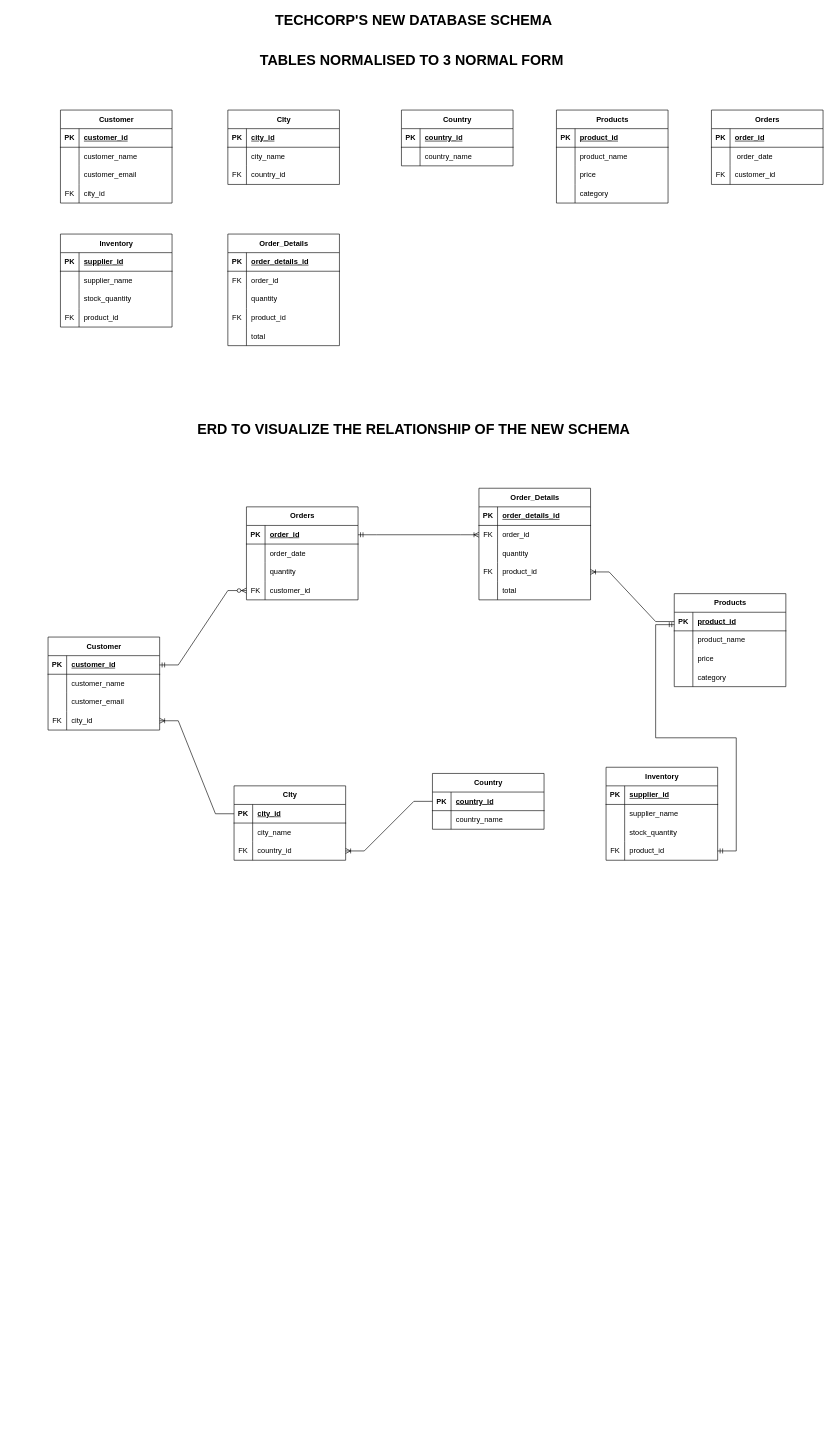
AndrewMarfo/TechCop keeps this draw.io diagram as TechCop.drawio. Above is the earlier version. Source tidied: cells renumbered, new cells numbered last; positions are measured from the earlier drawing's top-left corner, leaving out a move shared by most shapes. Both pictures are drawn from the tidied source at 62%, with x=0, y=0 at pixel (48, 11).
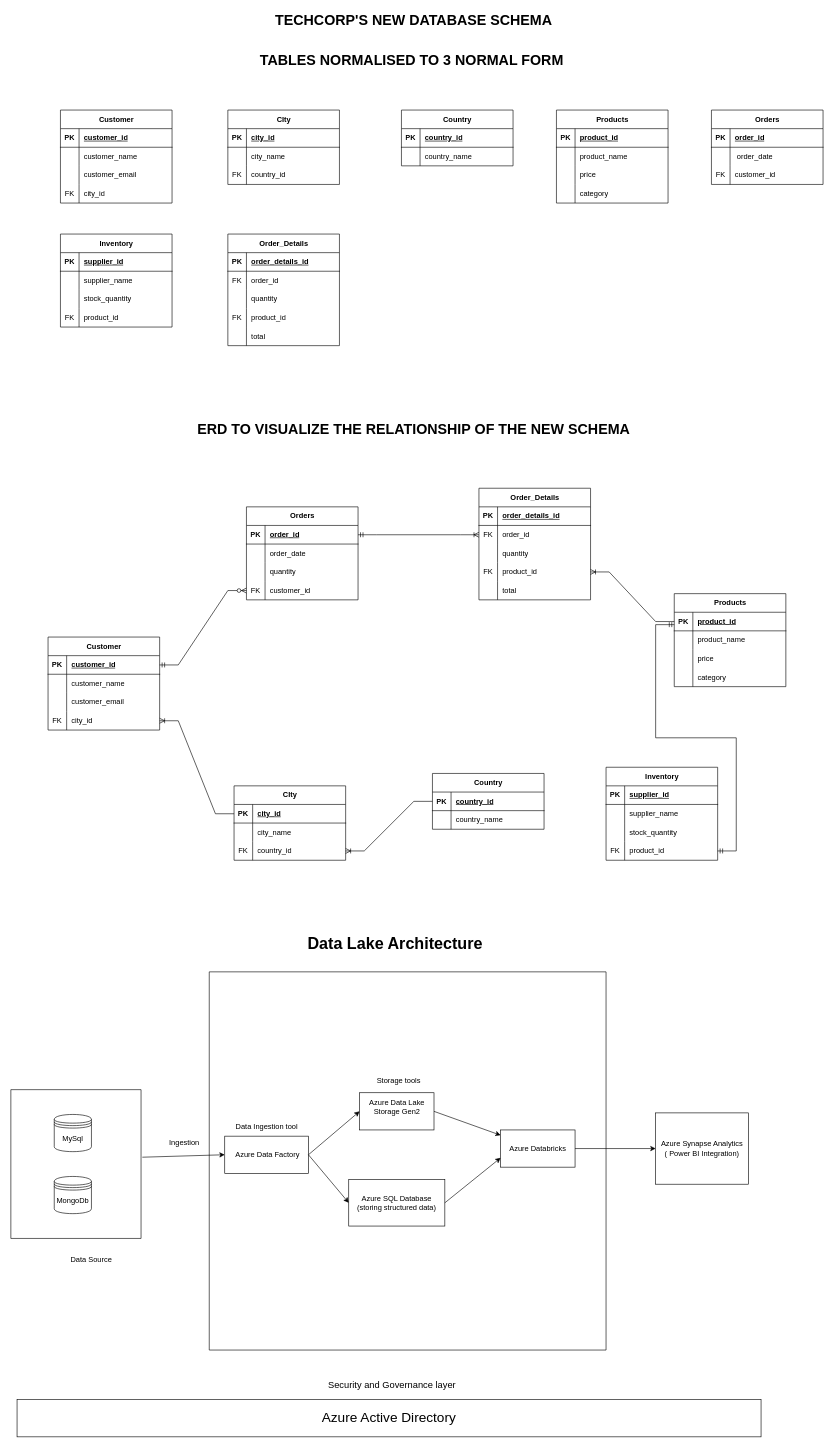
The same diagram, later.

Commit message (it also covers changes not shown here):
high level data lake architecture

Change to the diagram source:
```diff
@@
+    <mxCell id="178" style="swimlane;startSize=0;" parent="1" vertex="1">
+      <mxGeometry x="-60" y="1740" width="210" height="240" as="geometry" />
+    </mxCell>
+    <mxCell id="179" value="MySql" style="shape=datastore;whiteSpace=wrap;html=1;" parent="178" vertex="1">
+      <mxGeometry x="70" y="40" width="60" height="60" as="geometry" />
+    </mxCell>
+    <mxCell id="180" value="MongoDb" style="shape=datastore;whiteSpace=wrap;html=1;" parent="178" vertex="1">
+      <mxGeometry x="70" y="140" width="60" height="60" as="geometry" />
+    </mxCell>
+    <mxCell id="181" value="Data Source" style="text;html=1;align=center;verticalAlign=middle;whiteSpace=wrap;rounded=0;" parent="1" vertex="1">
+      <mxGeometry x="30" y="2000" width="80" height="30" as="geometry" />
+    </mxCell>
+    <mxCell id="182" style="endArrow=classic;html=1;rounded=0;exitX=1.01;exitY=0.454;exitDx=0;exitDy=0;exitPerimeter=0;entryX=0;entryY=0.5;entryDx=0;entryDy=0;" parent="1" edge="1" source="178" target="185">
+      <mxGeometry relative="1" as="geometry" />
+    </mxCell>
+    <mxCell id="183" value=" " style="swimlane;startSize=0;" parent="1" vertex="1">
+      <mxGeometry x="260" y="1550" width="640" height="610" as="geometry" />
+    </mxCell>
+    <mxCell id="184" value="Data Ingestion tool" style="text;html=1;align=center;verticalAlign=middle;whiteSpace=wrap;rounded=0;" parent="183" vertex="1">
+      <mxGeometry x="32.5" y="235" width="120" height="30" as="geometry" />
+    </mxCell>
+    <mxCell id="185" value="&amp;nbsp;Azure Data Factory" style="rounded=0;whiteSpace=wrap;html=1;" parent="183" vertex="1">
+      <mxGeometry x="25" y="265" width="135" height="60" as="geometry" />
+    </mxCell>
+    <mxCell id="186" value="&#10;Azure Data Lake Storage Gen2&#10;&#10;" style="rounded=0;whiteSpace=wrap;html=1;" parent="183" vertex="1">
+      <mxGeometry x="242.5" y="195" width="120" height="60" as="geometry" />
+    </mxCell>
+    <mxCell id="187" style="endArrow=classic;html=1;rounded=0;exitX=1;exitY=0.5;exitDx=0;exitDy=0;entryX=0;entryY=0.5;entryDx=0;entryDy=0;" parent="183" edge="1" source="185" target="186">
+      <mxGeometry relative="1" as="geometry" />
+    </mxCell>
+    <mxCell id="188" value="Storage tools&amp;nbsp;" style="text;html=1;align=center;verticalAlign=middle;whiteSpace=wrap;rounded=0;" parent="183" vertex="1">
+      <mxGeometry x="260" y="160" width="95" height="30" as="geometry" />
+    </mxCell>
+    <mxCell id="189" value="Azure SQL Database&lt;div&gt;(storing structured data)&lt;/div&gt;" style="rounded=0;whiteSpace=wrap;html=1;" parent="183" vertex="1">
+      <mxGeometry x="225" y="335" width="155" height="75" as="geometry" />
+    </mxCell>
+    <mxCell id="190" style="endArrow=classic;html=1;rounded=0;exitX=1;exitY=0.5;exitDx=0;exitDy=0;entryX=0;entryY=0.5;entryDx=0;entryDy=0;" parent="183" edge="1" source="185" target="189">
+      <mxGeometry relative="1" as="geometry" />
+    </mxCell>
+    <mxCell id="191" value="Azure Databricks" style="rounded=0;whiteSpace=wrap;html=1;" parent="183" vertex="1">
+      <mxGeometry x="470" y="255" width="120" height="60" as="geometry" />
+    </mxCell>
+    <mxCell id="192" style="endArrow=classic;html=1;rounded=0;exitX=1;exitY=0.5;exitDx=0;exitDy=0;" parent="183" edge="1" source="186" target="191">
+      <mxGeometry relative="1" as="geometry" />
+    </mxCell>
+    <mxCell id="193" style="endArrow=classic;html=1;rounded=0;exitX=1;exitY=0.5;exitDx=0;exitDy=0;entryX=0;entryY=0.75;entryDx=0;entryDy=0;" parent="183" edge="1" source="189" target="191">
+      <mxGeometry relative="1" as="geometry" />
+    </mxCell>
+    <mxCell id="194" value="Ingestion" style="text;html=1;align=center;verticalAlign=middle;whiteSpace=wrap;rounded=0;" parent="1" vertex="1">
+      <mxGeometry x="190" y="1810" width="60" height="30" as="geometry" />
+    </mxCell>
+    <mxCell id="195" style="endArrow=classic;html=1;rounded=0;exitX=1;exitY=0.5;exitDx=0;exitDy=0;entryX=0;entryY=0.5;entryDx=0;entryDy=0;" parent="1" edge="1" source="191" target="196">
+      <mxGeometry relative="1" as="geometry" />
+    </mxCell>
+    <mxCell id="196" value="Azure Synapse Analytics&lt;div&gt;( Power BI Integration)&lt;/div&gt;" style="rounded=0;whiteSpace=wrap;html=1;" parent="1" vertex="1">
+      <mxGeometry x="980" y="1777.5" width="150" height="115" as="geometry" />
+    </mxCell>
+    <mxCell id="197" value="&lt;font style=&quot;font-size: 22px;&quot;&gt;Azure Active Directory&lt;/font&gt;" style="rounded=0;whiteSpace=wrap;html=1;" parent="1" vertex="1">
+      <mxGeometry x="-50" y="2240" width="1200" height="60" as="geometry" />
+    </mxCell>
+    <mxCell id="198" value="&lt;font style=&quot;font-size: 15px;&quot;&gt;Security and Governance layer&lt;/font&gt;" style="text;html=1;align=center;verticalAlign=middle;whiteSpace=wrap;rounded=0;" parent="1" vertex="1">
+      <mxGeometry x="440" y="2200" width="230" height="30" as="geometry" />
+    </mxCell>
+    <mxCell id="199" value="&lt;font size=&quot;1&quot; style=&quot;&quot;&gt;&lt;b style=&quot;font-size: 26px;&quot;&gt;Data Lake Architecture&lt;/b&gt;&lt;/font&gt;" style="text;html=1;align=center;verticalAlign=middle;whiteSpace=wrap;rounded=0;" parent="1" vertex="1">
+      <mxGeometry x="340" y="1490" width="440" height="30" as="geometry" />
+    </mxCell>
```
